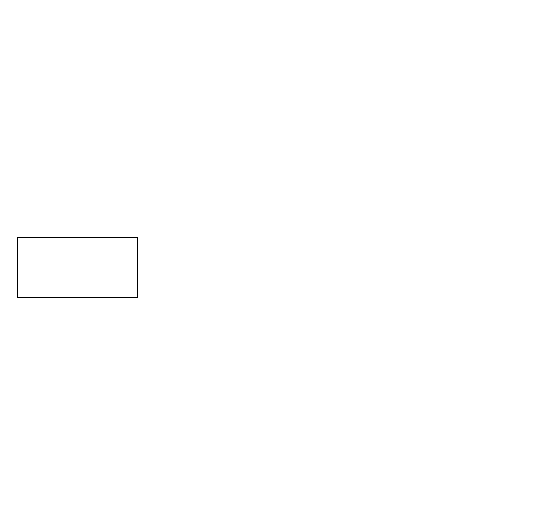
Earlier version of the draw.io diagram CentroSportivo.drawio (alexbnls/BasiDati). Source tidied: cells renumbered, new cells numbered last; positions are measured from the earlier drawing's top-left corner, leaving out a move shared by most shapes. Both pictures are drawn from the tidied source at 100%, with x=0, y=0 at pixel (17, 237).
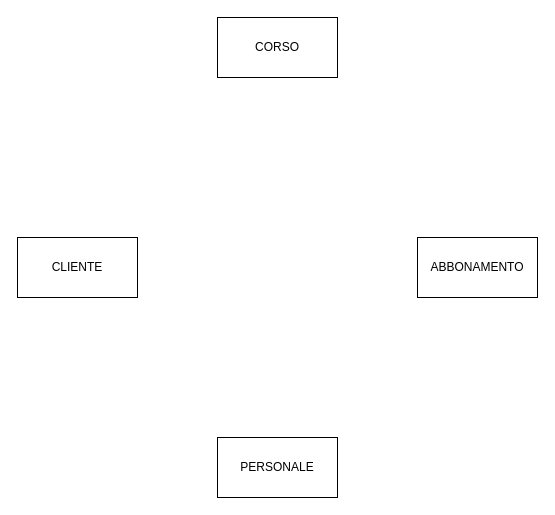
Above is the later version.

Diff of the diagram source:
```diff
@@
 <mxGraphModel>
   <root>
     <mxCell id="0" />
     <mxCell id="1" parent="0" />
-    <mxCell id="2" style="rounded=0;whiteSpace=wrap;html=1;" parent="1" vertex="1">
+    <mxCell id="2" value="CLIENTE" style="rounded=0;whiteSpace=wrap;html=1;" parent="1" vertex="1">
       <mxGeometry width="120" height="60" as="geometry" />
     </mxCell>
+    <mxCell id="3" value="&lt;div&gt;ABBONAMENTO&lt;/div&gt;" style="rounded=0;whiteSpace=wrap;html=1;" parent="1" vertex="1">
+      <mxGeometry x="400" width="120" height="60" as="geometry" />
+    </mxCell>
+    <mxCell id="4" value="&lt;div&gt;CORSO&lt;/div&gt;" style="rounded=0;whiteSpace=wrap;html=1;" parent="1" vertex="1">
+      <mxGeometry x="200" y="-220" width="120" height="60" as="geometry" />
+    </mxCell>
+    <mxCell id="5" value="PERSONALE" style="rounded=0;whiteSpace=wrap;html=1;" parent="1" vertex="1">
+      <mxGeometry x="200" y="200" width="120" height="60" as="geometry" />
+    </mxCell>
   </root>
 </mxGraphModel>
```
